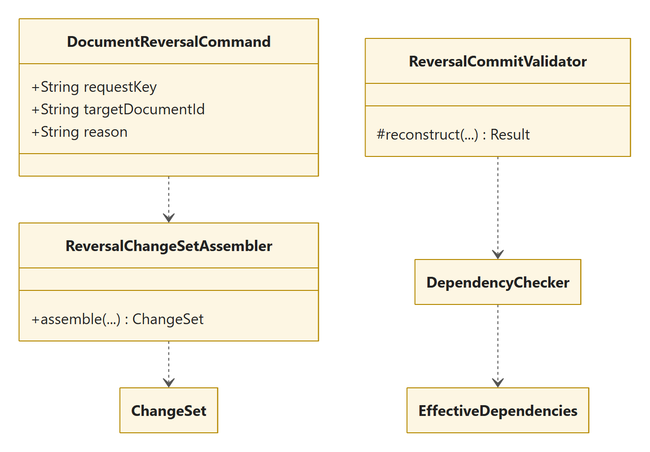
Noctis-SiKong/supermarket-management keeps this Mermaid diagram as docs/design/report/05_reversal.png. Above is the earlier version. Its source is kept beside it as docs/design/report/05_reversal.mmd.
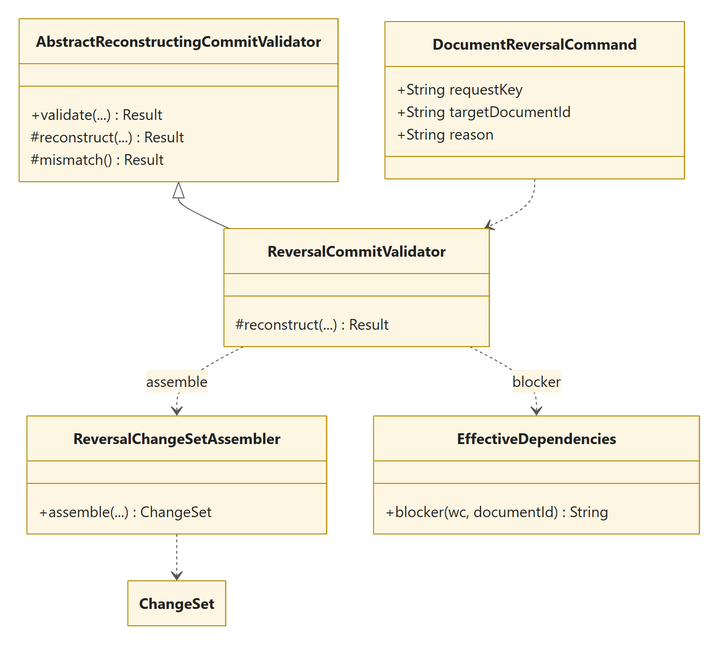
After the change.

The edit, as a diff of the source:
```diff
@@ -6,17 +6,24 @@
     +String targetDocumentId
     +String reason
 }
-class ReversalChangeSetAssembler {
-    +assemble(...) ChangeSet
+class AbstractReconstructingCommitValidator {
+    +validate(...) Result
+    #reconstruct(...) Result
+    #mismatch() Result
 }
 class ReversalCommitValidator {
     #reconstruct(...) Result
 }
-class DependencyChecker
-class EffectiveDependencies
+class ReversalChangeSetAssembler {
+    +assemble(...) ChangeSet
+}
+class EffectiveDependencies {
+    +blocker(wc, documentId) String
+}
 class ChangeSet
 
-DocumentReversalCommand ..> ReversalChangeSetAssembler
+AbstractReconstructingCommitValidator <|-- ReversalCommitValidator
+DocumentReversalCommand ..> ReversalCommitValidator
+ReversalCommitValidator ..> EffectiveDependencies : blocker
+ReversalCommitValidator ..> ReversalChangeSetAssembler : assemble
 ReversalChangeSetAssembler ..> ChangeSet
-ReversalCommitValidator ..> DependencyChecker
-DependencyChecker ..> EffectiveDependencies
```
